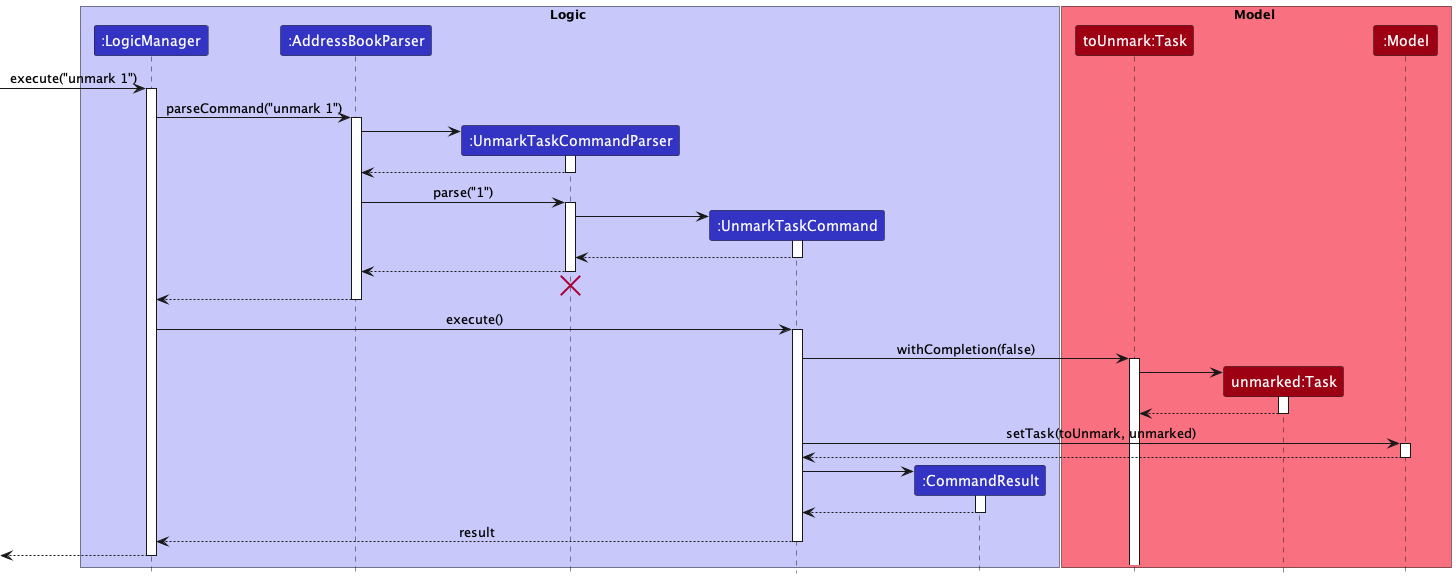
Above: docs/images/UnmarkTaskSequenceDiagram.png in nus-cs2103-AY2223S1/tp (PlantUML), before the change. Source of this version:
```plantuml
@startuml
!include style.puml

box Logic LOGIC_COLOR_T1
participant ":LogicManager" as LogicManager LOGIC_COLOR
participant ":AddressBookParser" as AddressBookParser LOGIC_COLOR
participant ":UnmarkTaskCommandParser" as UnmarkTaskCommandParser LOGIC_COLOR
participant ":UnmarkTaskCommand" as UnmarkTaskCommand LOGIC_COLOR
participant ":CommandResult" as CommandResult LOGIC_COLOR
end box

box Model MODEL_COLOR_T1
participant "toUnmark:Task" as Task MODEL_COLOR
participant "unmarked:Task" as Task1 MODEL_COLOR
participant ":Model" as Model MODEL_COLOR
end box

[-> LogicManager : execute("unmark 1")
activate LogicManager

LogicManager -> AddressBookParser : parseCommand("unmark 1")
activate AddressBookParser

create UnmarkTaskCommandParser
AddressBookParser -> UnmarkTaskCommandParser
activate UnmarkTaskCommandParser

UnmarkTaskCommandParser --> AddressBookParser
deactivate UnmarkTaskCommandParser

AddressBookParser -> UnmarkTaskCommandParser : parse("1")
activate UnmarkTaskCommandParser

create UnmarkTaskCommand
UnmarkTaskCommandParser -> UnmarkTaskCommand
activate UnmarkTaskCommand

UnmarkTaskCommand --> UnmarkTaskCommandParser
deactivate UnmarkTaskCommand

UnmarkTaskCommandParser --> AddressBookParser
deactivate UnmarkTaskCommandParser
UnmarkTaskCommandParser -[hidden]-> AddressBookParser
destroy UnmarkTaskCommandParser

AddressBookParser --> LogicManager
deactivate AddressBookParser

LogicManager -> UnmarkTaskCommand : execute()
activate UnmarkTaskCommand

UnmarkTaskCommand -> Task : withCompletion(false)
activate Task

create Task1
Task -> Task1
activate Task1

Task1 --> Task
deactivate Task1

UnmarkTaskCommand -> Model : setTask(toUnmark, unmarked)
activate Model

Model --> UnmarkTaskCommand
deactivate Model

create CommandResult
UnmarkTaskCommand -> CommandResult
activate CommandResult

CommandResult --> UnmarkTaskCommand
deactivate CommandResult

UnmarkTaskCommand --> LogicManager : result
deactivate UnmarkTaskCommand

[<--LogicManager
deactivate LogicManager
@enduml
```
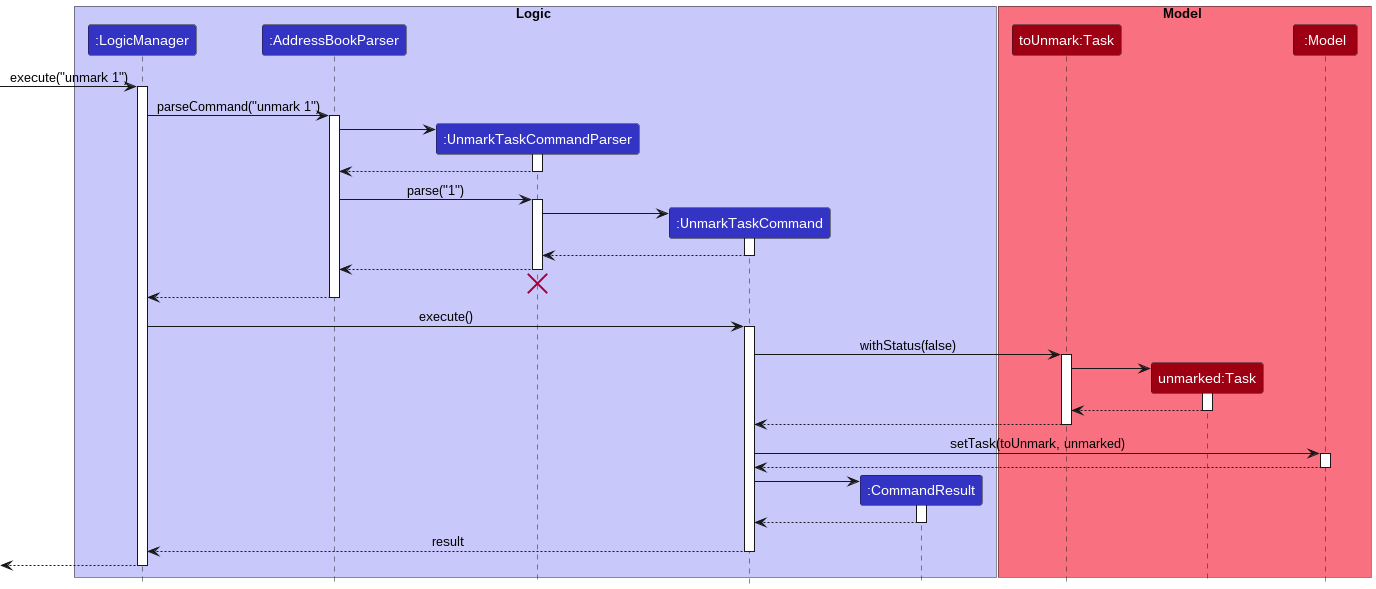
Later version of the same file.

Commit message:
Fix broken unmark task sequence diagram

What changed in the source:
```diff
@@ -49,7 +49,7 @@
 LogicManager -> UnmarkTaskCommand : execute()
 activate UnmarkTaskCommand
 
-UnmarkTaskCommand -> Task : withCompletion(false)
+UnmarkTaskCommand -> Task : withStatus(false)
 activate Task
 
 create Task1
@@ -58,6 +58,9 @@
 
 Task1 --> Task
 deactivate Task1
+
+Task --> UnmarkTaskCommand
+deactivate Task
 
 UnmarkTaskCommand -> Model : setTask(toUnmark, unmarked)
 activate Model
```
